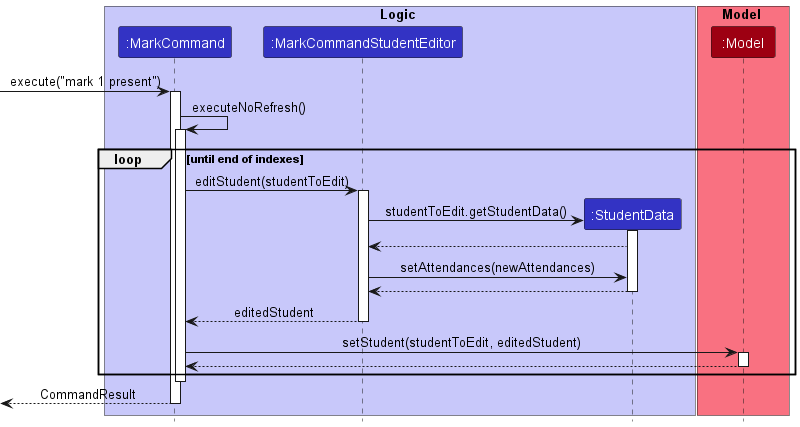
Above: docs/images/diagrams/MarkCommandSequenceDiagram.png in nus-cs2103-AY2223S1/tp (PlantUML), before the change. Source of this version:
```plantuml
@startuml
!include style.puml

box Logic LOGIC_COLOR_T1
participant ":MarkCommand" as MarkCommand LOGIC_COLOR
participant ":MarkCommandStudentEditor" as StudentEditor LOGIC_COLOR
participant ":StudentData" as StudentData LOGIC_COLOR
end box


box Model MODEL_COLOR_T1
participant ":Model" as Model MODEL_COLOR
end box

[-> MarkCommand : execute("mark 1 present")
activate MarkCommand

MarkCommand -> MarkCommand : executeNoRefresh()
activate MarkCommand

loop until end of indexes
    MarkCommand -> StudentEditor : editStudent(studentToEdit)
    activate StudentEditor

    create StudentData
    StudentEditor -> StudentData : studentToEdit.getStudentData()
    activate StudentData

    StudentData --> StudentEditor

    StudentEditor -> StudentData : setAttendances(newAttendances)

    StudentData --> StudentEditor
    deactivate StudentData

    StudentEditor --> MarkCommand : editedStudent
    deactivate StudentEditor

    MarkCommand -> Model : setStudent(studentToEdit, editedStudent)
    activate Model
    Model --> MarkCommand
    deactivate Model
end

deactivate MarkCommand

[<--MarkCommand: CommandResult
deactivate MarkCommand
@enduml
```
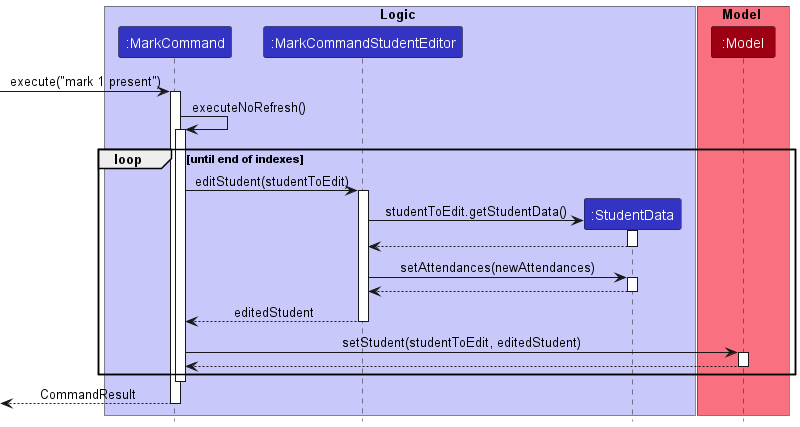
After the change.

Diff of the diagram source:
```diff
@@ -27,8 +27,10 @@
     activate StudentData
 
     StudentData --> StudentEditor
+    deactivate StudentData
 
     StudentEditor -> StudentData : setAttendances(newAttendances)
+    activate StudentData
 
     StudentData --> StudentEditor
     deactivate StudentData
@@ -44,6 +46,7 @@
 
 deactivate MarkCommand
 
+
 [<--MarkCommand: CommandResult
 deactivate MarkCommand
 @enduml
```
